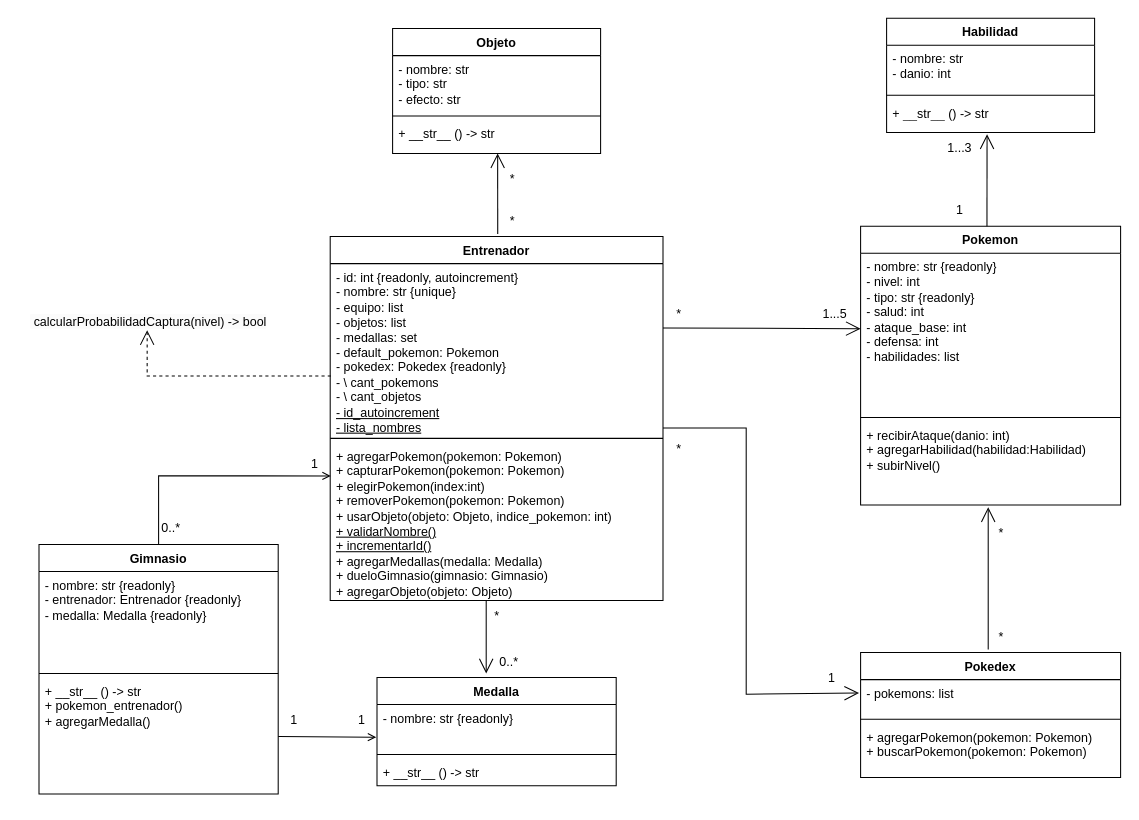
The draw.io diagram pokemon.drawio in MarucoMass/tp-integrador-P2-Massonnat-Martin-Palena, before the edit. Source tidied: cells renumbered, new cells numbered last; positions are measured from the earlier drawing's top-left corner, leaving out a move shared by most shapes. Both pictures are drawn from the tidied source at 104%, with x=0, y=0 at pixel (28, 18).
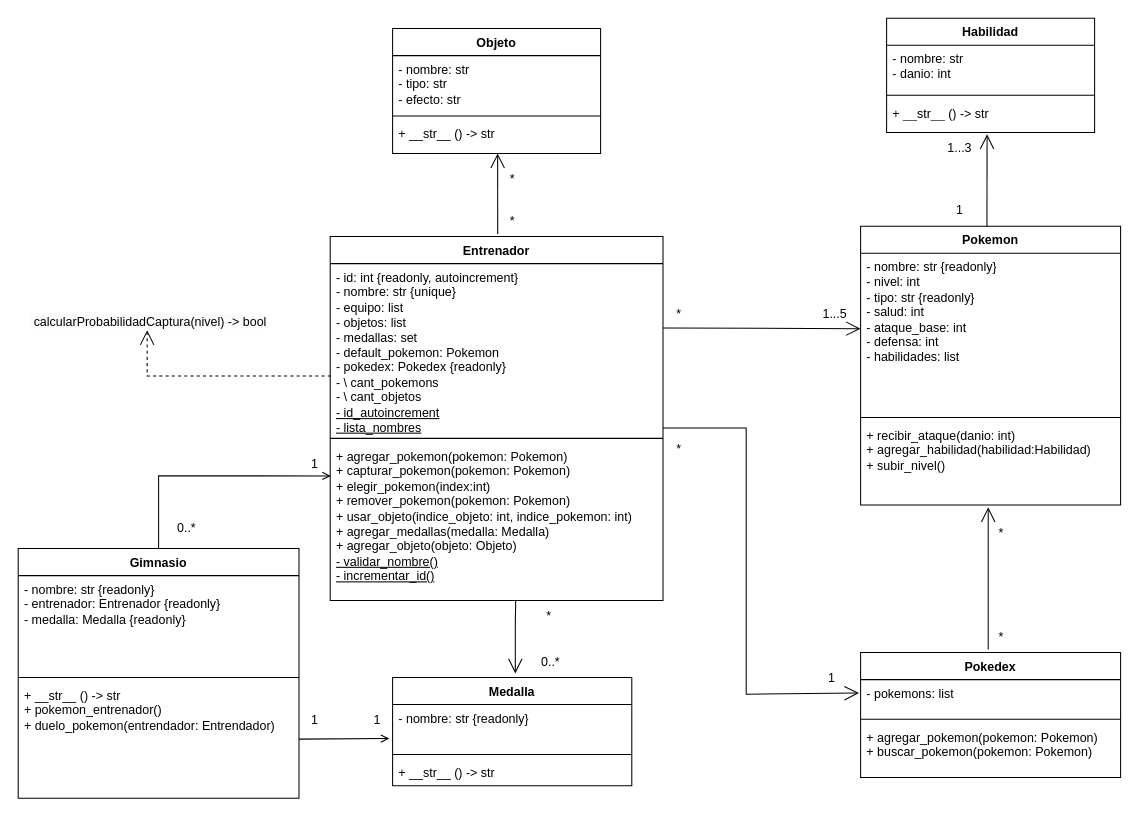
After the change.

The change refers to these unchanged cells:
```xml
<mxCell id="2" value="Entrenador" style="swimlane;fontStyle=1;align=center;verticalAlign=top;horizontal=1;startSize=26;whiteSpace=wrap;html=1;" parent="1" vertex="1">
  <mxGeometry x="290" y="210" width="320" height="350" as="geometry" />
</mxCell>
<mxCell id="6" value="Pokemon" style="swimlane;fontStyle=1;align=center;verticalAlign=top;horizontal=1;startSize=26;whiteSpace=wrap;html=1;" parent="1" vertex="1">
  <mxGeometry x="800" y="200" width="250" height="268" as="geometry" />
</mxCell>
<mxCell id="10" value="Pokedex" style="swimlane;fontStyle=1;align=center;verticalAlign=top;horizontal=1;startSize=26;whiteSpace=wrap;html=1;" parent="1" vertex="1">
  <mxGeometry x="800" y="610" width="250" height="120" as="geometry" />
</mxCell>
<mxCell id="19" value="- nombre: str {readonly}&lt;div&gt;&lt;br&gt;&lt;/div&gt;" style="text;strokeColor=none;fillColor=none;align=left;verticalAlign=top;spacingLeft=4;spacingRight=4;overflow=hidden;points=[[0,0.5],[1,0.5]];portConstraint=eastwest;whiteSpace=wrap;html=1;" parent="18" vertex="1">
  <mxGeometry y="26" width="230" height="44" as="geometry" />
</mxCell>
```

The edit, as a diff of the source:
```diff
@@
-    <mxCell id="5" value="+ agregarPokemon(pokemon: Pokemon)&lt;div&gt;+ capturarPokemon(pokemon: Pokemon)&lt;br&gt;&lt;div&gt;+ elegirPokemon(index:int)&lt;/div&gt;&lt;div&gt;+ removerPokemon(pokemon: Pokemon)&lt;/div&gt;&lt;div&gt;+ usarObjeto(objeto: Objeto, indice_pokemon: int)&lt;/div&gt;&lt;div&gt;&lt;u&gt;+ validarNombre()&lt;/u&gt;&lt;/div&gt;&lt;div&gt;&lt;u&gt;+ incrementarId()&lt;/u&gt;&lt;/div&gt;&lt;/div&gt;&lt;div&gt;+ agregarMedallas(medalla: Medalla)&lt;/div&gt;&lt;div&gt;+ dueloGimnasio(gimnasio: Gimnasio)&lt;/div&gt;&lt;div&gt;+ agregarObjeto(objeto: Objeto)&lt;/div&gt;" style="text;strokeColor=none;fillColor=none;align=left;verticalAlign=top;spacingLeft=4;spacingRight=4;overflow=hidden;whiteSpace=wrap;html=1;" parent="2" vertex="1">
+    <mxCell id="5" value="+ agregar_pokemon(pokemon: Pokemon)&lt;div&gt;+ capturar_pokemon(pokemon: Pokemon)&lt;br&gt;&lt;div&gt;+ elegir_pokemon(index:int)&lt;/div&gt;&lt;div&gt;+ remover_pokemon(pokemon: Pokemon)&lt;/div&gt;&lt;div&gt;+ usar_objeto(indice_objeto: int, indice_pokemon: int)&lt;/div&gt;&lt;/div&gt;&lt;div&gt;+ agregar_medallas(medalla: Medalla)&lt;/div&gt;&lt;div&gt;+ agregar_objeto(objeto: Objeto)&lt;/div&gt;&lt;div&gt;&lt;div style=&quot;border-color: var(--border-color);&quot;&gt;&lt;u style=&quot;border-color: var(--border-color);&quot;&gt;- validar_nombre()&lt;/u&gt;&lt;/div&gt;&lt;div style=&quot;border-color: var(--border-color);&quot;&gt;&lt;u style=&quot;border-color: var(--border-color);&quot;&gt;- incrementar_id()&lt;/u&gt;&lt;/div&gt;&lt;/div&gt;" style="text;strokeColor=none;fillColor=none;align=left;verticalAlign=top;spacingLeft=4;spacingRight=4;overflow=hidden;whiteSpace=wrap;html=1;" parent="2" vertex="1">
       <mxGeometry y="198" width="320" height="152" as="geometry" />
     </mxCell>
@@
-    <mxCell id="9" value="+ recibirAtaque(danio: int)&amp;nbsp;&lt;div&gt;+ agregarHabilidad(habilidad:Habilidad)&lt;/div&gt;&lt;div&gt;+ subirNivel()&lt;/div&gt;" style="text;strokeColor=none;fillColor=none;align=left;verticalAlign=top;spacingLeft=4;spacingRight=4;overflow=hidden;whiteSpace=wrap;html=1;" parent="6" vertex="1">
+    <mxCell id="9" value="+ recibir_ataque(danio: int)&amp;nbsp;&lt;div&gt;+ agregar_habilidad(habilidad:Habilidad)&lt;/div&gt;&lt;div&gt;+ subir_nivel()&lt;/div&gt;" style="text;strokeColor=none;fillColor=none;align=left;verticalAlign=top;spacingLeft=4;spacingRight=4;overflow=hidden;whiteSpace=wrap;html=1;" parent="6" vertex="1">
       <mxGeometry y="188" width="250" height="80" as="geometry" />
     </mxCell>
@@
-    <mxCell id="13" value="+ agregarPokemon(pokemon: Pokemon)&lt;div&gt;+ buscarPokemon(pokemon: Pokemon)&lt;/div&gt;" style="text;strokeColor=none;fillColor=none;align=left;verticalAlign=top;spacingLeft=4;spacingRight=4;overflow=hidden;whiteSpace=wrap;html=1;" parent="10" vertex="1">
+    <mxCell id="13" value="+ agregar_pokemon(pokemon: Pokemon)&lt;div&gt;+ buscar_pokemon(pokemon: Pokemon)&lt;/div&gt;" style="text;strokeColor=none;fillColor=none;align=left;verticalAlign=top;spacingLeft=4;spacingRight=4;overflow=hidden;whiteSpace=wrap;html=1;" parent="10" vertex="1">
       <mxGeometry y="68" width="250" height="52" as="geometry" />
     </mxCell>
@@
     <mxCell id="18" value="Medalla" style="swimlane;fontStyle=1;align=center;verticalAlign=top;horizontal=1;startSize=26;whiteSpace=wrap;html=1;" parent="1" vertex="1">
-      <mxGeometry x="335" y="634" width="230" height="104" as="geometry" />
+      <mxGeometry x="350" y="634" width="230" height="104" as="geometry" />
     </mxCell>
@@
     <mxCell id="32" value="&amp;nbsp;0..*" style="text;html=1;align=center;verticalAlign=middle;strokeColor=none;fillColor=none;" parent="1" vertex="1">
-      <mxGeometry x="440" y="604" width="40" height="30" as="geometry" />
+      <mxGeometry x="480" y="604" width="40" height="30" as="geometry" />
     </mxCell>
     <mxCell id="33" value="*" style="text;html=1;align=center;verticalAlign=middle;strokeColor=none;fillColor=none;" parent="1" vertex="1">
-      <mxGeometry x="435" y="560" width="30" height="30" as="geometry" />
+      <mxGeometry x="485" y="560" width="30" height="30" as="geometry" />
     </mxCell>
-    <mxCell id="34" style="endArrow=open;endFill=0;endSize=12;html=1;rounded=0;" parent="1" edge="1">
+    <mxCell id="34" style="endArrow=open;endFill=0;endSize=12;html=1;rounded=0;exitX=0.47;exitY=0.997;exitDx=0;exitDy=0;exitPerimeter=0;" parent="1" edge="1">
       <mxGeometry relative="1" as="geometry">
-        <mxPoint x="440" y="560" as="sourcePoint" />
-        <mxPoint x="440" y="630" as="targetPoint" />
+        <mxPoint x="468.4" y="559.5" as="sourcePoint" />
+        <mxPoint x="468" y="630" as="targetPoint" />
         <Array as="points">
-          <mxPoint x="440" y="580" />
+          <mxPoint x="468" y="580" />
         </Array>
       </mxGeometry>
     </mxCell>
@@
     <mxCell id="47" value="Gimnasio" style="swimlane;fontStyle=1;align=center;verticalAlign=top;horizontal=1;startSize=26;whiteSpace=wrap;html=1;" parent="1" vertex="1">
-      <mxGeometry x="10" y="506" width="230" height="240" as="geometry" />
+      <mxGeometry x="-10" y="510" width="270" height="240" as="geometry" />
     </mxCell>
     <mxCell id="48" value="- nombre: str {readonly}&lt;div&gt;- entrenador: Entrenador {readonly}&lt;/div&gt;&lt;div&gt;- medalla: Medalla {readonly}&lt;/div&gt;&lt;div&gt;&lt;br&gt;&lt;/div&gt;" style="text;strokeColor=none;fillColor=none;align=left;verticalAlign=top;spacingLeft=4;spacingRight=4;overflow=hidden;whiteSpace=wrap;html=1;" parent="47" vertex="1">
-      <mxGeometry y="26" width="230" height="94" as="geometry" />
+      <mxGeometry y="26" width="270" height="94" as="geometry" />
     </mxCell>
     <mxCell id="49" style="line;strokeWidth=1;fillColor=none;align=left;verticalAlign=middle;spacingTop=-1;spacingLeft=3;spacingRight=3;labelPosition=right;strokeColor=inherit;" parent="47" vertex="1">
-      <mxGeometry y="120" width="230" height="8" as="geometry" />
+      <mxGeometry y="120" width="270" height="8" as="geometry" />
     </mxCell>
-    <mxCell id="50" value="+ __str__ () -&amp;gt; str&lt;br&gt;+ pokemon_entrenador()&lt;br&gt;+ agregarMedalla()&lt;br&gt;" style="text;strokeColor=none;fillColor=none;align=left;verticalAlign=top;spacingLeft=4;spacingRight=4;overflow=hidden;points=[[0,0.5],[1,0.5]];portConstraint=eastwest;whiteSpace=wrap;html=1;" parent="47" vertex="1">
-      <mxGeometry y="128" width="230" height="112" as="geometry" />
+    <mxCell id="50" value="+ __str__ () -&amp;gt; str&lt;br&gt;+ pokemon_entrenador()&lt;br&gt;+ duelo_pokemon(entrendador: Entrendador)" style="text;strokeColor=none;fillColor=none;align=left;verticalAlign=top;spacingLeft=4;spacingRight=4;overflow=hidden;points=[[0,0.5],[1,0.5]];portConstraint=eastwest;whiteSpace=wrap;html=1;" parent="47" vertex="1">
+      <mxGeometry y="128" width="270" height="112" as="geometry" />
     </mxCell>
@@
-    <mxCell id="52" style="edgeStyle=none;html=1;entryX=0.975;entryY=1.044;entryDx=0;entryDy=0;entryPerimeter=0;endArrow=open;endFill=0;" parent="1" edge="1" source="50" target="53">
+    <mxCell id="52" style="edgeStyle=none;html=1;entryX=-0.014;entryY=0.742;entryDx=0;entryDy=0;entryPerimeter=0;endArrow=open;endFill=0;" parent="1" edge="1" source="50" target="19">
       <mxGeometry relative="1" as="geometry" />
     </mxCell>
     <mxCell id="53" value="1" style="text;html=1;align=center;verticalAlign=middle;points=[];strokeColor=none;fillColor=none;" parent="1" vertex="1">
-      <mxGeometry x="305" y="660" width="30" height="30" as="geometry" />
+      <mxGeometry x="320" y="660" width="30" height="30" as="geometry" />
     </mxCell>
     <mxCell id="54" value="1" style="text;html=1;align=center;verticalAlign=middle;strokeColor=none;fillColor=none;" parent="1" vertex="1">
-      <mxGeometry x="240" y="660" width="30" height="30" as="geometry" />
+      <mxGeometry x="260" y="660" width="30" height="30" as="geometry" />
     </mxCell>
     <mxCell id="55" value="&amp;nbsp;0..*" style="text;html=1;align=center;verticalAlign=middle;strokeColor=none;fillColor=none;" parent="1" vertex="1">
-      <mxGeometry x="115" y="476" width="40" height="30" as="geometry" />
+      <mxGeometry x="130" y="476" width="40" height="30" as="geometry" />
     </mxCell>
```
